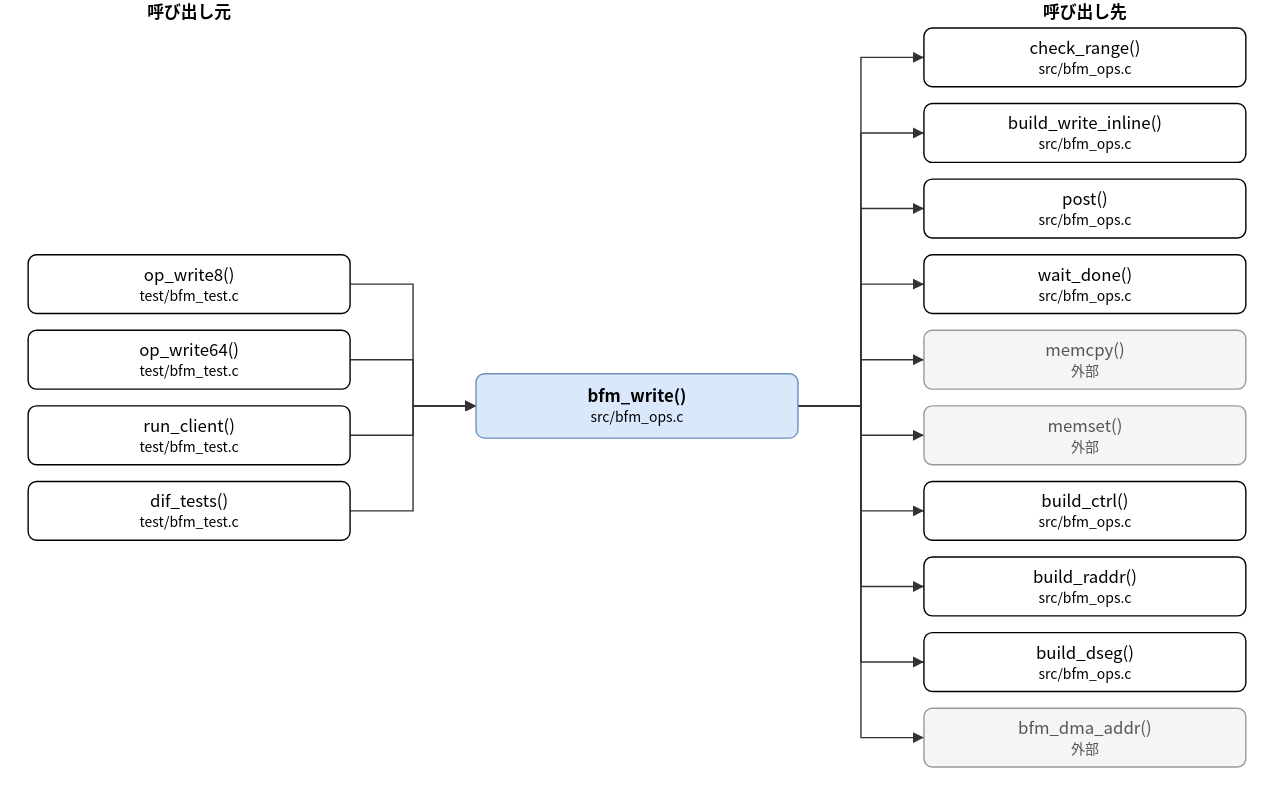
The draw.io diagram doc/spec/images/call_src_bfm_ops-bfm_write.drawio.svg in hf355051012-ai/bfmem, before a commit. Source tidied: cells renumbered, new cells last; positions are measured from the earlier drawing's top-left corner, leaving out a move shared by most shapes.
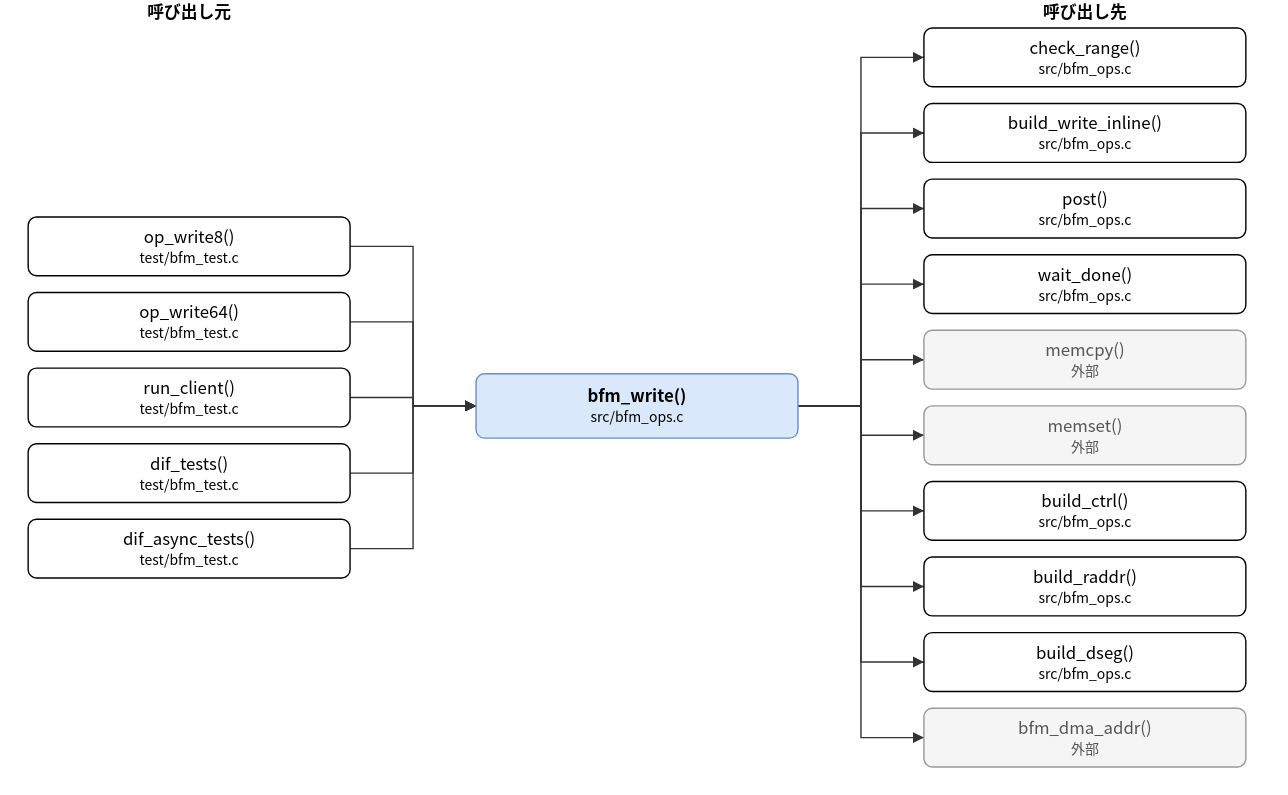
The same diagram one commit later.

Diff of the diagram source:
```diff
@@ -6,17 +6,20 @@
       <mxGeometry x="320" y="267" width="230" height="46" as="geometry" />
     </mxCell>
     <mxCell id="3" value="op_write8()&lt;br&gt;&lt;font style=&quot;font-size:10px&quot;&gt;test/bfm_test.c&lt;/font&gt;" style="rounded=1;whiteSpace=wrap;html=1;" parent="1" vertex="1">
-      <mxGeometry y="182" width="230" height="42" as="geometry" />
+      <mxGeometry y="155" width="230" height="42" as="geometry" />
     </mxCell>
     <mxCell id="4" value="op_write64()&lt;br&gt;&lt;font style=&quot;font-size:10px&quot;&gt;test/bfm_test.c&lt;/font&gt;" style="rounded=1;whiteSpace=wrap;html=1;" parent="1" vertex="1">
-      <mxGeometry y="236" width="230" height="42" as="geometry" />
+      <mxGeometry y="209" width="230" height="42" as="geometry" />
     </mxCell>
     <mxCell id="5" value="run_client()&lt;br&gt;&lt;font style=&quot;font-size:10px&quot;&gt;test/bfm_test.c&lt;/font&gt;" style="rounded=1;whiteSpace=wrap;html=1;" parent="1" vertex="1">
-      <mxGeometry y="290" width="230" height="42" as="geometry" />
+      <mxGeometry y="263" width="230" height="42" as="geometry" />
     </mxCell>
     <mxCell id="6" value="dif_tests()&lt;br&gt;&lt;font style=&quot;font-size:10px&quot;&gt;test/bfm_test.c&lt;/font&gt;" style="rounded=1;whiteSpace=wrap;html=1;" parent="1" vertex="1">
-      <mxGeometry y="344" width="230" height="42" as="geometry" />
+      <mxGeometry y="317" width="230" height="42" as="geometry" />
     </mxCell>
+    <mxCell id="33" value="dif_async_tests()&lt;br&gt;&lt;font style=&quot;font-size:10px&quot;&gt;test/bfm_test.c&lt;/font&gt;" style="rounded=1;whiteSpace=wrap;html=1;" parent="1" vertex="1">
+      <mxGeometry y="371" width="230" height="42" as="geometry" />
+    </mxCell>
     <mxCell id="7" value="check_range()&lt;br&gt;&lt;font style=&quot;font-size:10px&quot;&gt;src/bfm_ops.c&lt;/font&gt;" style="rounded=1;whiteSpace=wrap;html=1;" parent="1" vertex="1">
       <mxGeometry x="640" y="20" width="230" height="42" as="geometry" />
     </mxCell>
@@ -50,7 +53,7 @@
     <mxCell id="17" style="edgeStyle=none;html=1;rounded=0;endArrow=block;endFill=1;exitX=1.0000;exitY=0.5000;exitDx=0;exitDy=0;exitPerimeter=0;entryX=0.0000;entryY=0.5000;entryDx=0;entryDy=0;entryPerimeter=0;" parent="1" edge="1" source="3" target="2">
       <mxGeometry relative="1" as="geometry">
         <Array as="points">
-          <mxPoint x="275" y="203" />
+          <mxPoint x="275" y="176" />
           <mxPoint x="275" y="290" />
         </Array>
       </mxGeometry>
@@ -58,7 +61,7 @@
     <mxCell id="18" style="edgeStyle=none;html=1;rounded=0;endArrow=block;endFill=1;exitX=1.0000;exitY=0.5000;exitDx=0;exitDy=0;exitPerimeter=0;entryX=0.0000;entryY=0.5000;entryDx=0;entryDy=0;entryPerimeter=0;" parent="1" edge="1" source="4" target="2">
       <mxGeometry relative="1" as="geometry">
         <Array as="points">
-          <mxPoint x="275" y="257" />
+          <mxPoint x="275" y="230" />
           <mxPoint x="275" y="290" />
         </Array>
       </mxGeometry>
@@ -66,7 +69,7 @@
     <mxCell id="19" style="edgeStyle=none;html=1;rounded=0;endArrow=block;endFill=1;exitX=1.0000;exitY=0.5000;exitDx=0;exitDy=0;exitPerimeter=0;entryX=0.0000;entryY=0.5000;entryDx=0;entryDy=0;entryPerimeter=0;" parent="1" edge="1" source="5" target="2">
       <mxGeometry relative="1" as="geometry">
         <Array as="points">
-          <mxPoint x="275" y="311" />
+          <mxPoint x="275" y="284" />
           <mxPoint x="275" y="290" />
         </Array>
       </mxGeometry>
@@ -74,91 +77,99 @@
     <mxCell id="20" style="edgeStyle=none;html=1;rounded=0;endArrow=block;endFill=1;exitX=1.0000;exitY=0.5000;exitDx=0;exitDy=0;exitPerimeter=0;entryX=0.0000;entryY=0.5000;entryDx=0;entryDy=0;entryPerimeter=0;" parent="1" edge="1" source="6" target="2">
       <mxGeometry relative="1" as="geometry">
         <Array as="points">
-          <mxPoint x="275" y="365" />
+          <mxPoint x="275" y="338" />
           <mxPoint x="275" y="290" />
         </Array>
       </mxGeometry>
     </mxCell>
-    <mxCell id="21" style="edgeStyle=none;html=1;rounded=0;endArrow=block;endFill=1;exitX=1.0000;exitY=0.5000;exitDx=0;exitDy=0;exitPerimeter=0;entryX=0.0000;entryY=0.5000;entryDx=0;entryDy=0;entryPerimeter=0;" parent="1" edge="1" source="2" target="7">
+    <mxCell id="21" style="edgeStyle=none;html=1;rounded=0;endArrow=block;endFill=1;exitX=1.0000;exitY=0.5000;exitDx=0;exitDy=0;exitPerimeter=0;entryX=0.0000;entryY=0.5000;entryDx=0;entryDy=0;entryPerimeter=0;" parent="1" edge="1" source="33" target="2">
       <mxGeometry relative="1" as="geometry">
         <Array as="points">
-          <mxPoint x="595" y="290" />
-          <mxPoint x="595" y="41" />
+          <mxPoint x="275" y="392" />
+          <mxPoint x="275" y="290" />
         </Array>
       </mxGeometry>
     </mxCell>
-    <mxCell id="22" style="edgeStyle=none;html=1;rounded=0;endArrow=block;endFill=1;exitX=1.0000;exitY=0.5000;exitDx=0;exitDy=0;exitPerimeter=0;entryX=0.0000;entryY=0.5000;entryDx=0;entryDy=0;entryPerimeter=0;" parent="1" edge="1" source="2" target="8">
+    <mxCell id="22" style="edgeStyle=none;html=1;rounded=0;endArrow=block;endFill=1;exitX=1.0000;exitY=0.5000;exitDx=0;exitDy=0;exitPerimeter=0;entryX=0.0000;entryY=0.5000;entryDx=0;entryDy=0;entryPerimeter=0;" parent="1" edge="1" source="2" target="7">
       <mxGeometry relative="1" as="geometry">
         <Array as="points">
           <mxPoint x="595" y="290" />
-          <mxPoint x="595" y="95" />
+          <mxPoint x="595" y="41" />
         </Array>
       </mxGeometry>
     </mxCell>
-    <mxCell id="23" style="edgeStyle=none;html=1;rounded=0;endArrow=block;endFill=1;exitX=1.0000;exitY=0.5000;exitDx=0;exitDy=0;exitPerimeter=0;entryX=0.0000;entryY=0.5000;entryDx=0;entryDy=0;entryPerimeter=0;" parent="1" edge="1" source="2" target="9">
+    <mxCell id="23" style="edgeStyle=none;html=1;rounded=0;endArrow=block;endFill=1;exitX=1.0000;exitY=0.5000;exitDx=0;exitDy=0;exitPerimeter=0;entryX=0.0000;entryY=0.5000;entryDx=0;entryDy=0;entryPerimeter=0;" parent="1" edge="1" source="2" target="8">
       <mxGeometry relative="1" as="geometry">
         <Array as="points">
           <mxPoint x="595" y="290" />
-          <mxPoint x="595" y="149" />
+          <mxPoint x="595" y="95" />
         </Array>
       </mxGeometry>
     </mxCell>
-    <mxCell id="24" style="edgeStyle=none;html=1;rounded=0;endArrow=block;endFill=1;exitX=1.0000;exitY=0.5000;exitDx=0;exitDy=0;exitPerimeter=0;entryX=0.0000;entryY=0.5000;entryDx=0;entryDy=0;entryPerimeter=0;" parent="1" edge="1" source="2" target="10">
+    <mxCell id="24" style="edgeStyle=none;html=1;rounded=0;endArrow=block;endFill=1;exitX=1.0000;exitY=0.5000;exitDx=0;exitDy=0;exitPerimeter=0;entryX=0.0000;entryY=0.5000;entryDx=0;entryDy=0;entryPerimeter=0;" parent="1" edge="1" source="2" target="9">
       <mxGeometry relative="1" as="geometry">
         <Array as="points">
           <mxPoint x="595" y="290" />
-          <mxPoint x="595" y="203" />
+          <mxPoint x="595" y="149" />
         </Array>
       </mxGeometry>
     </mxCell>
-    <mxCell id="25" style="edgeStyle=none;html=1;rounded=0;endArrow=block;endFill=1;exitX=1.0000;exitY=0.5000;exitDx=0;exitDy=0;exitPerimeter=0;entryX=0.0000;entryY=0.5000;entryDx=0;entryDy=0;entryPerimeter=0;" parent="1" edge="1" source="2" target="11">
+    <mxCell id="25" style="edgeStyle=none;html=1;rounded=0;endArrow=block;endFill=1;exitX=1.0000;exitY=0.5000;exitDx=0;exitDy=0;exitPerimeter=0;entryX=0.0000;entryY=0.5000;entryDx=0;entryDy=0;entryPerimeter=0;" parent="1" edge="1" source="2" target="10">
       <mxGeometry relative="1" as="geometry">
         <Array as="points">
           <mxPoint x="595" y="290" />
-          <mxPoint x="595" y="257" />
+          <mxPoint x="595" y="203" />
         </Array>
       </mxGeometry>
     </mxCell>
-    <mxCell id="26" style="edgeStyle=none;html=1;rounded=0;endArrow=block;endFill=1;exitX=1.0000;exitY=0.5000;exitDx=0;exitDy=0;exitPerimeter=0;entryX=0.0000;entryY=0.5000;entryDx=0;entryDy=0;entryPerimeter=0;" parent="1" edge="1" source="2" target="12">
+    <mxCell id="26" style="edgeStyle=none;html=1;rounded=0;endArrow=block;endFill=1;exitX=1.0000;exitY=0.5000;exitDx=0;exitDy=0;exitPerimeter=0;entryX=0.0000;entryY=0.5000;entryDx=0;entryDy=0;entryPerimeter=0;" parent="1" edge="1" source="2" target="11">
       <mxGeometry relative="1" as="geometry">
         <Array as="points">
           <mxPoint x="595" y="290" />
-          <mxPoint x="595" y="311" />
+          <mxPoint x="595" y="257" />
         </Array>
       </mxGeometry>
     </mxCell>
-    <mxCell id="27" style="edgeStyle=none;html=1;rounded=0;endArrow=block;endFill=1;exitX=1.0000;exitY=0.5000;exitDx=0;exitDy=0;exitPerimeter=0;entryX=0.0000;entryY=0.5000;entryDx=0;entryDy=0;entryPerimeter=0;" parent="1" edge="1" source="2" target="13">
+    <mxCell id="27" style="edgeStyle=none;html=1;rounded=0;endArrow=block;endFill=1;exitX=1.0000;exitY=0.5000;exitDx=0;exitDy=0;exitPerimeter=0;entryX=0.0000;entryY=0.5000;entryDx=0;entryDy=0;entryPerimeter=0;" parent="1" edge="1" source="2" target="12">
       <mxGeometry relative="1" as="geometry">
         <Array as="points">
           <mxPoint x="595" y="290" />
-          <mxPoint x="595" y="365" />
+          <mxPoint x="595" y="311" />
         </Array>
       </mxGeometry>
     </mxCell>
-    <mxCell id="28" style="edgeStyle=none;html=1;rounded=0;endArrow=block;endFill=1;exitX=1.0000;exitY=0.5000;exitDx=0;exitDy=0;exitPerimeter=0;entryX=0.0000;entryY=0.5000;entryDx=0;entryDy=0;entryPerimeter=0;" parent="1" edge="1" source="2" target="14">
+    <mxCell id="28" style="edgeStyle=none;html=1;rounded=0;endArrow=block;endFill=1;exitX=1.0000;exitY=0.5000;exitDx=0;exitDy=0;exitPerimeter=0;entryX=0.0000;entryY=0.5000;entryDx=0;entryDy=0;entryPerimeter=0;" parent="1" edge="1" source="2" target="13">
       <mxGeometry relative="1" as="geometry">
         <Array as="points">
           <mxPoint x="595" y="290" />
-          <mxPoint x="595" y="419" />
+          <mxPoint x="595" y="365" />
         </Array>
       </mxGeometry>
     </mxCell>
-    <mxCell id="29" style="edgeStyle=none;html=1;rounded=0;endArrow=block;endFill=1;exitX=1.0000;exitY=0.5000;exitDx=0;exitDy=0;exitPerimeter=0;entryX=0.0000;entryY=0.5000;entryDx=0;entryDy=0;entryPerimeter=0;" parent="1" edge="1" source="2" target="15">
+    <mxCell id="29" style="edgeStyle=none;html=1;rounded=0;endArrow=block;endFill=1;exitX=1.0000;exitY=0.5000;exitDx=0;exitDy=0;exitPerimeter=0;entryX=0.0000;entryY=0.5000;entryDx=0;entryDy=0;entryPerimeter=0;" parent="1" edge="1" source="2" target="14">
       <mxGeometry relative="1" as="geometry">
         <Array as="points">
           <mxPoint x="595" y="290" />
-          <mxPoint x="595" y="473" />
+          <mxPoint x="595" y="419" />
         </Array>
       </mxGeometry>
     </mxCell>
-    <mxCell id="30" style="edgeStyle=none;html=1;rounded=0;endArrow=block;endFill=1;exitX=1.0000;exitY=0.5000;exitDx=0;exitDy=0;exitPerimeter=0;entryX=0.0000;entryY=0.5000;entryDx=0;entryDy=0;entryPerimeter=0;" parent="1" edge="1" source="2" target="16">
+    <mxCell id="30" style="edgeStyle=none;html=1;rounded=0;endArrow=block;endFill=1;exitX=1.0000;exitY=0.5000;exitDx=0;exitDy=0;exitPerimeter=0;entryX=0.0000;entryY=0.5000;entryDx=0;entryDy=0;entryPerimeter=0;" parent="1" edge="1" source="2" target="15">
       <mxGeometry relative="1" as="geometry">
         <Array as="points">
           <mxPoint x="595" y="290" />
-          <mxPoint x="595" y="527" />
+          <mxPoint x="595" y="473" />
         </Array>
       </mxGeometry>
     </mxCell>
+    <mxCell id="34" style="edgeStyle=none;html=1;rounded=0;endArrow=block;endFill=1;exitX=1.0000;exitY=0.5000;exitDx=0;exitDy=0;exitPerimeter=0;entryX=0.0000;entryY=0.5000;entryDx=0;entryDy=0;entryPerimeter=0;" parent="1" edge="1" source="2" target="16">
+      <mxGeometry relative="1" as="geometry">
+        <Array as="points">
+          <mxPoint x="595" y="290" />
+          <mxPoint x="595" y="527" />
+        </Array>
+      </mxGeometry>
+    </mxCell>
     <mxCell id="31" value="呼び出し元" style="text;html=1;align=center;fontStyle=1;" parent="1" vertex="1">
       <mxGeometry x="35" width="160" height="18" as="geometry" />
     </mxCell>
```
